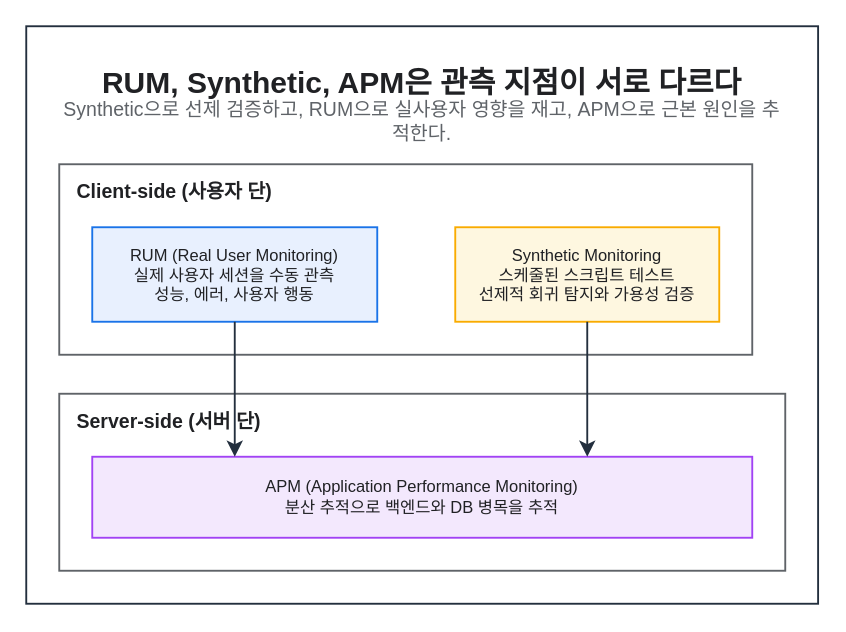
Above: assets/img/observability/datadog-rum-03-positioning.drawio in KKamJi98/kkamji98.github.io (draw.io), before the change. Source tidied: cells renumbered, new cells numbered last; positions are measured from the earlier drawing's top-left corner, leaving out a move shared by most shapes. Both pictures are drawn from the tidied source at 150%, with x=0, y=0 at pixel (26, 26).
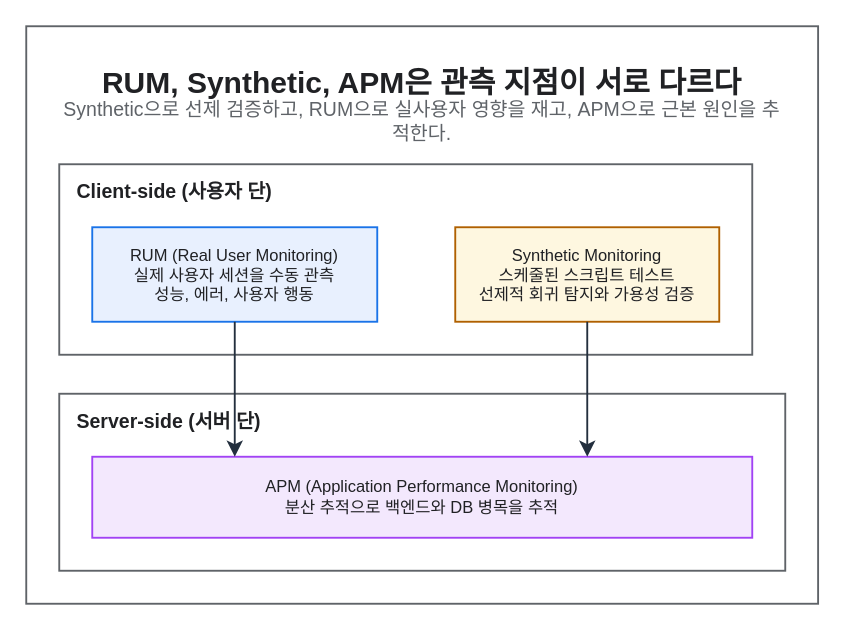
The same diagram, later.

What changed in the source:
```diff
@@
 <mxGraphModel background="#FFFFFF">
   <root>
     <mxCell id="0" />
     <mxCell id="1" parent="0" />
-    <mxCell id="2" style="rounded=0;html=0;fillColor=none;strokeColor=#232F3E;fontColor=#202124;strokeWidth=1.25;" parent="1" vertex="1">
+    <mxCell id="2" style="rounded=0;html=0;fillColor=none;strokeColor=#5F6368;fontColor=#202124;strokeWidth=1.25;" parent="1" vertex="1">
       <mxGeometry width="527.9" height="385" as="geometry" />
     </mxCell>
     <mxCell id="3" value="RUM, Synthetic, APM은 관측 지점이 서로 다르다" style="text;html=0;whiteSpace=wrap;fillColor=none;strokeColor=none;fontColor=#202124;fontSize=20;fontStyle=1;align=center;verticalAlign=middle;" parent="1" vertex="1">
       <mxGeometry x="22" y="22" width="483.9" height="30" as="geometry" />
     </mxCell>
     <mxCell id="4" value="Synthetic으로 선제 검증하고, RUM으로 실사용자 영향을 재고, APM으로 근본 원인을 추적한다." style="text;html=0;whiteSpace=wrap;fillColor=none;strokeColor=none;fontColor=#5F6368;fontSize=13;fontStyle=0;align=center;verticalAlign=middle;" parent="1" vertex="1">
       <mxGeometry x="22" y="52" width="483.9" height="22" as="geometry" />
     </mxCell>
     <mxCell id="5" value="Client-side (사용자 단)" style="rounded=0;whiteSpace=wrap;html=0;fillColor=none;strokeColor=#5F6368;fontColor=#202124;fontSize=13;fontStyle=1;align=left;verticalAlign=top;spacingLeft=10;spacingTop=4;strokeWidth=1.25;dashed=0;" parent="1" vertex="1">
       <mxGeometry x="22" y="92" width="462" height="127" as="geometry" />
     </mxCell>
     <mxCell id="6" value="Server-side (서버 단)" style="rounded=0;whiteSpace=wrap;html=0;fillColor=none;strokeColor=#5F6368;fontColor=#202124;fontSize=13;fontStyle=1;align=left;verticalAlign=top;spacingLeft=10;spacingTop=4;strokeWidth=1.25;dashed=0;" parent="1" vertex="1">
       <mxGeometry x="22" y="245" width="484" height="118" as="geometry" />
     </mxCell>
     <mxCell id="7" value="RUM (Real User Monitoring)&#10;실제 사용자 세션을 수동 관측&#10;성능, 에러, 사용자 행동" style="rounded=0;whiteSpace=wrap;html=0;fillColor=#E8F0FE;strokeColor=#1A73E8;fontColor=#202124;fontSize=11;fontStyle=0;align=center;verticalAlign=middle;spacingLeft=6;spacingRight=6;strokeWidth=1.25;" parent="1" vertex="1">
       <mxGeometry x="44" y="134" width="190" height="63" as="geometry" />
     </mxCell>
-    <mxCell id="8" value="Synthetic Monitoring&#10;스케줄된 스크립트 테스트&#10;선제적 회귀 탐지와 가용성 검증" style="rounded=0;whiteSpace=wrap;html=0;fillColor=#FEF7E0;strokeColor=#F9AB00;fontColor=#202124;fontSize=11;fontStyle=0;align=center;verticalAlign=middle;spacingLeft=6;spacingRight=6;strokeWidth=1.25;" parent="1" vertex="1">
+    <mxCell id="8" value="Synthetic Monitoring&#10;스케줄된 스크립트 테스트&#10;선제적 회귀 탐지와 가용성 검증" style="rounded=0;whiteSpace=wrap;html=0;fillColor=#FEF7E0;strokeColor=#B06000;fontColor=#202124;fontSize=11;fontStyle=0;align=center;verticalAlign=middle;spacingLeft=6;spacingRight=6;strokeWidth=1.25;" parent="1" vertex="1">
       <mxGeometry x="286" y="134" width="176" height="63" as="geometry" />
     </mxCell>
     <mxCell id="9" value="APM (Application Performance Monitoring)&#10;분산 추적으로 백엔드와 DB 병목을 추적" style="rounded=0;whiteSpace=wrap;html=0;fillColor=#F3E8FD;strokeColor=#A142F4;fontColor=#202124;fontSize=11;fontStyle=0;align=center;verticalAlign=middle;spacingLeft=6;spacingRight=6;strokeWidth=1.25;" parent="1" vertex="1">
       <mxGeometry x="44" y="287" width="440" height="54" as="geometry" />
     </mxCell>
     <mxCell id="10" style="edgeStyle=orthogonalEdgeStyle;rounded=0;html=0;strokeColor=#232F3E;strokeWidth=1.25;endArrow=classic;endFill=1;endSize=7;fontSize=11;fontColor=#202124;labelBackgroundColor=none;jettySize=14;exitX=0.5;exitY=1;entryX=0.2159;entryY=0;exitDx=0;exitDy=0;entryDx=0;entryDy=0;" parent="1" edge="1" source="7" target="9">
       <mxGeometry relative="1" as="geometry" />
     </mxCell>
     <mxCell id="11" style="edgeStyle=orthogonalEdgeStyle;rounded=0;html=0;strokeColor=#232F3E;strokeWidth=1.25;endArrow=classic;endFill=1;endSize=7;fontSize=11;fontColor=#202124;labelBackgroundColor=none;jettySize=14;exitX=0.5;exitY=1;entryX=0.75;entryY=0;exitDx=0;exitDy=0;entryDx=0;entryDy=0;" parent="1" edge="1" source="8" target="9">
       <mxGeometry relative="1" as="geometry" />
     </mxCell>
   </root>
 </mxGraphModel>
```
